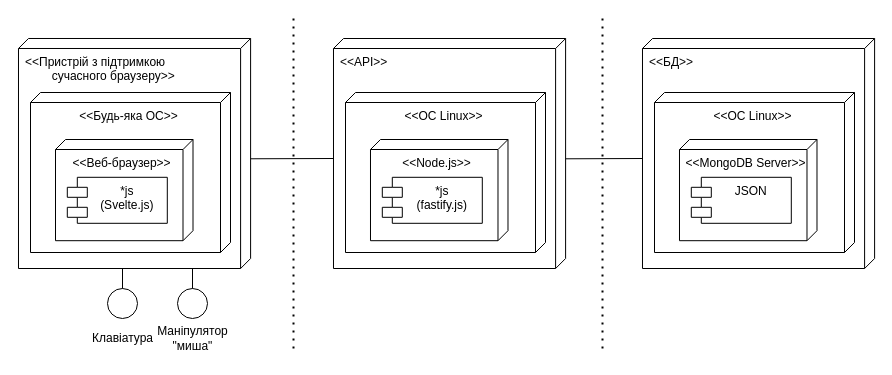
Above: 1-SoftwareRequirements/1.5-SoftwareProjectPlanning/1.5.1-SoftwareArchitectConcept/diagram (1).drawio in oleksandrblazhko/ai202-lobko (draw.io), before the change. Source tidied: cells renumbered, new cells numbered last; positions are measured from the earlier drawing's top-left corner, leaving out a move shared by most shapes. Both pictures are drawn from the tidied source at 100%, with x=0, y=0 at pixel (17, 18).
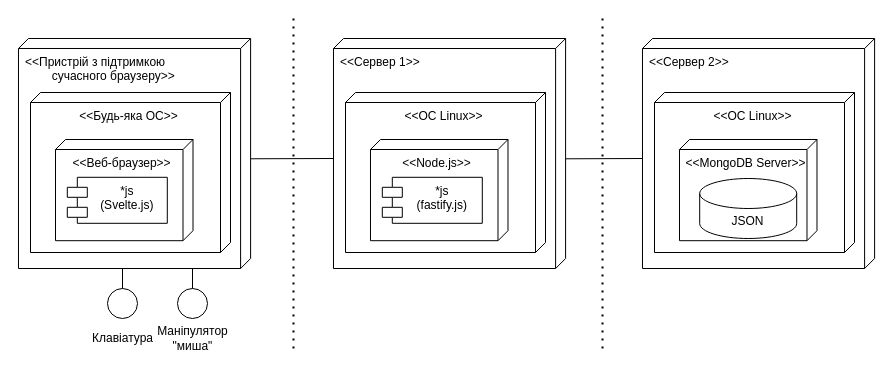
After the change.

The edit, as a diff of the source:
```diff
@@
-    <mxCell id="2" value="&amp;lt;&amp;lt;API&amp;gt;&amp;gt;" style="verticalAlign=top;align=left;shape=cube;size=10;direction=south;fontStyle=0;html=1;boundedLbl=1;spacingLeft=5;" parent="1" vertex="1">
+    <mxCell id="2" value="&amp;lt;&amp;lt;Сервер 1&amp;gt;&amp;gt;" style="verticalAlign=top;align=left;shape=cube;size=10;direction=south;fontStyle=0;html=1;boundedLbl=1;spacingLeft=5;" parent="1" vertex="1">
       <mxGeometry x="316" y="20" width="232.1" height="230" as="geometry" />
     </mxCell>
@@
-    <mxCell id="23" value="&amp;lt;&amp;lt;БД&amp;gt;&amp;gt;" style="verticalAlign=top;align=left;shape=cube;size=10;direction=south;fontStyle=0;html=1;boundedLbl=1;spacingLeft=5;" parent="1" vertex="1">
+    <mxCell id="23" value="&amp;lt;&amp;lt;Сервер 2&amp;gt;&amp;gt;" style="verticalAlign=top;align=left;shape=cube;size=10;direction=south;fontStyle=0;html=1;boundedLbl=1;spacingLeft=5;" parent="1" vertex="1">
       <mxGeometry x="625" y="20" width="232.1" height="230" as="geometry" />
     </mxCell>
@@
-    <mxCell id="26" value="JSON" style="shape=module;align=left;spacingLeft=20;align=center;verticalAlign=top;" parent="23" vertex="1">
-      <mxGeometry x="48.8" y="138.8" width="100" height="46" as="geometry" />
+    <mxCell id="26" value="JSON" style="shape=cylinder3;whiteSpace=wrap;html=1;boundedLbl=1;backgroundOutline=1;size=15;" parent="23" vertex="1">
+      <mxGeometry x="57.2" y="140" width="97" height="60" as="geometry" />
     </mxCell>
```
